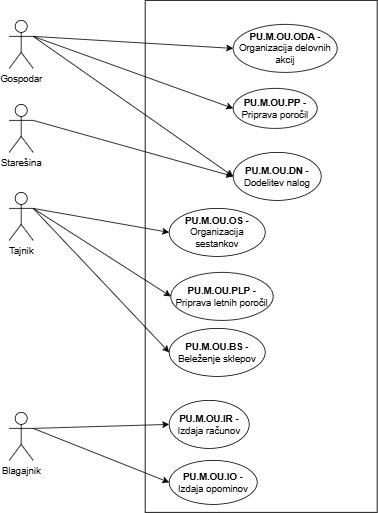
This is Upravni odbor-Primer uporabe.drawio.png from ErnestISv/Lovstvo, a draw.io export, as it was before one commit. Source tidied: cells renumbered, new cells last; positions are measured from the earlier drawing's top-left corner, leaving out a move shared by most shapes.
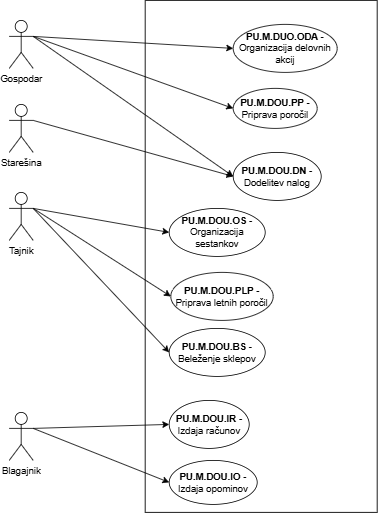
After the change.

What changed in the source:
```diff
@@ -14,31 +14,31 @@
     <mxCell id="5" value="Tajnik" style="shape=umlActor;verticalLabelPosition=bottom;verticalAlign=top;html=1;outlineConnect=0;" parent="1" vertex="1">
       <mxGeometry y="240" width="30" height="60" as="geometry" />
     </mxCell>
-    <mxCell id="6" value="&lt;b&gt;PU.M.OU.OS -&lt;/b&gt; Organizacija sestankov" style="ellipse;whiteSpace=wrap;html=1;" parent="1" vertex="1">
+    <mxCell id="6" value="&lt;b&gt;PU.M.DOU.OS -&lt;/b&gt; Organizacija sestankov" style="ellipse;whiteSpace=wrap;html=1;" parent="1" vertex="1">
       <mxGeometry x="200" y="260" width="120" height="60" as="geometry" />
     </mxCell>
-    <mxCell id="7" value="&lt;b&gt;PU.M.OU.ODA -&lt;/b&gt; Organizacija delovnih akcij" style="ellipse;whiteSpace=wrap;html=1;" parent="1" vertex="1">
+    <mxCell id="7" value="&lt;b&gt;PU.M.DUO.ODA -&lt;/b&gt; Organizacija delovnih akcij" style="ellipse;whiteSpace=wrap;html=1;" parent="1" vertex="1">
       <mxGeometry x="280" y="30" width="130" height="60" as="geometry" />
     </mxCell>
-    <mxCell id="8" value="&lt;b&gt;PU.M.OU.PP -&lt;/b&gt; Priprava poročil" style="ellipse;whiteSpace=wrap;html=1;" parent="1" vertex="1">
+    <mxCell id="8" value="&lt;b&gt;PU.M.DOU.PP -&lt;/b&gt; Priprava poročil" style="ellipse;whiteSpace=wrap;html=1;" parent="1" vertex="1">
       <mxGeometry x="280" y="110" width="105" height="50" as="geometry" />
     </mxCell>
     <mxCell id="9" value="Blagajnik" style="shape=umlActor;verticalLabelPosition=bottom;verticalAlign=top;html=1;outlineConnect=0;" parent="1" vertex="1">
       <mxGeometry y="515" width="30" height="60" as="geometry" />
     </mxCell>
-    <mxCell id="10" value="&lt;b&gt;PU.M.OU.IR -&lt;/b&gt; Izdaja računov" style="ellipse;whiteSpace=wrap;html=1;" parent="1" vertex="1">
+    <mxCell id="10" value="&lt;b&gt;PU.M.DOU.IR -&lt;/b&gt; Izdaja računov" style="ellipse;whiteSpace=wrap;html=1;" parent="1" vertex="1">
       <mxGeometry x="200" y="500" width="100" height="60" as="geometry" />
     </mxCell>
-    <mxCell id="11" value="&lt;b&gt;PU.M.OU.IO -&lt;/b&gt; Izdaja opominov" style="ellipse;whiteSpace=wrap;html=1;" parent="1" vertex="1">
+    <mxCell id="11" value="&lt;b&gt;PU.M.DOU.IO -&lt;/b&gt; Izdaja opominov" style="ellipse;whiteSpace=wrap;html=1;" parent="1" vertex="1">
       <mxGeometry x="200" y="575" width="110" height="55" as="geometry" />
     </mxCell>
-    <mxCell id="12" value="&lt;b&gt;PU.M.OU.DN -&lt;/b&gt; Dodelitev nalog" style="ellipse;whiteSpace=wrap;html=1;" parent="1" vertex="1">
+    <mxCell id="12" value="&lt;b&gt;PU.M.DOU.DN -&lt;/b&gt; Dodelitev nalog" style="ellipse;whiteSpace=wrap;html=1;" parent="1" vertex="1">
       <mxGeometry x="280" y="190" width="110" height="60" as="geometry" />
     </mxCell>
-    <mxCell id="13" value="&lt;b&gt;PU.M.OU.PLP -&lt;/b&gt; Priprava letnih poročil" style="ellipse;whiteSpace=wrap;html=1;" parent="1" vertex="1">
+    <mxCell id="13" value="&lt;b&gt;PU.M.DOU.PLP -&lt;/b&gt; Priprava letnih poročil" style="ellipse;whiteSpace=wrap;html=1;" parent="1" vertex="1">
       <mxGeometry x="202" y="340" width="128" height="60" as="geometry" />
     </mxCell>
-    <mxCell id="14" value="&lt;b&gt;PU.M.OU.BS -&lt;/b&gt; Beleženje sklepov" style="ellipse;whiteSpace=wrap;html=1;" parent="1" vertex="1">
+    <mxCell id="14" value="&lt;b&gt;PU.M.DOU.BS -&lt;/b&gt; Beleženje sklepov" style="ellipse;whiteSpace=wrap;html=1;" parent="1" vertex="1">
       <mxGeometry x="200" y="410" width="120" height="60" as="geometry" />
     </mxCell>
     <mxCell id="15" style="endArrow=classic;html=1;rounded=0;exitX=1;exitY=0.3333333333333333;exitDx=0;exitDy=0;exitPerimeter=0;entryX=0;entryY=0.5;entryDx=0;entryDy=0;fillColor=#FF3A3A;" parent="1" edge="1" source="5" target="14">
```
